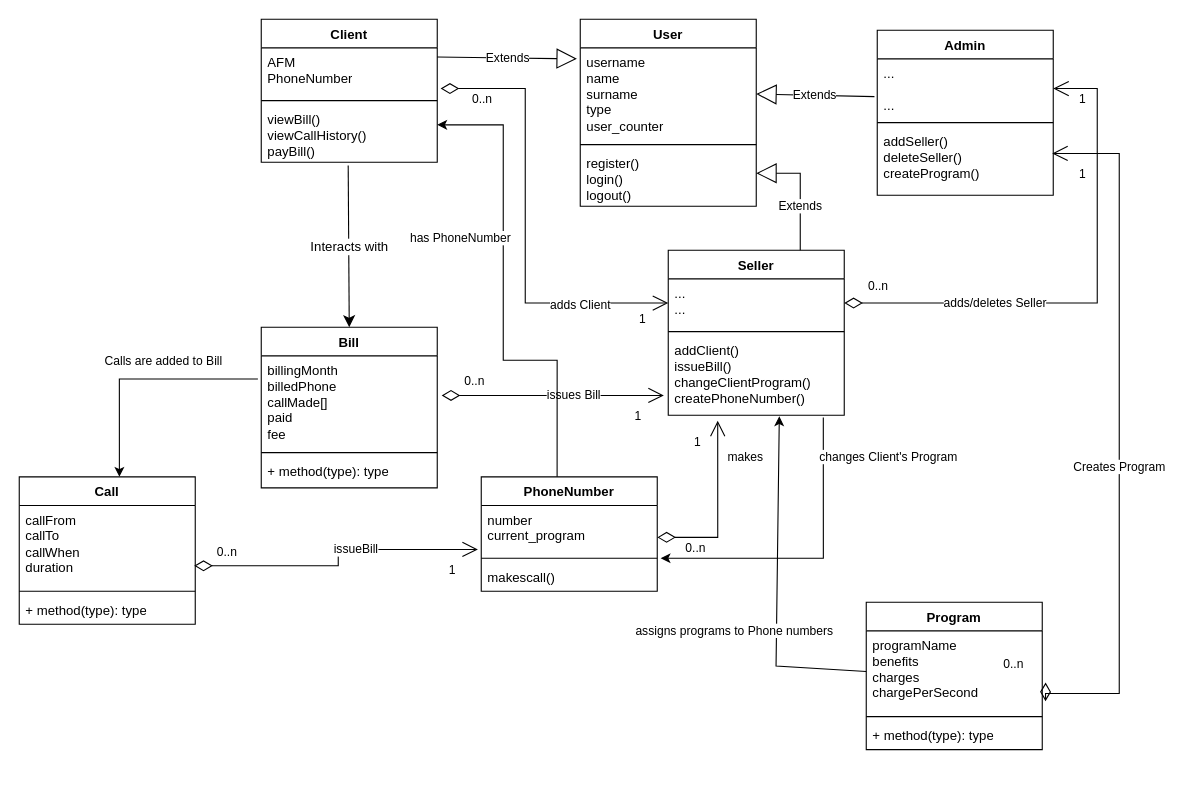
Above: Diagram.drawio in dimitry-lzs/webProgramming (draw.io), before the change. Source tidied: cells renumbered, new cells numbered last; positions are measured from the earlier drawing's top-left corner, leaving out a move shared by most shapes. Both pictures are drawn from the tidied source at 110%, with x=0, y=0 at pixel (19, 19).
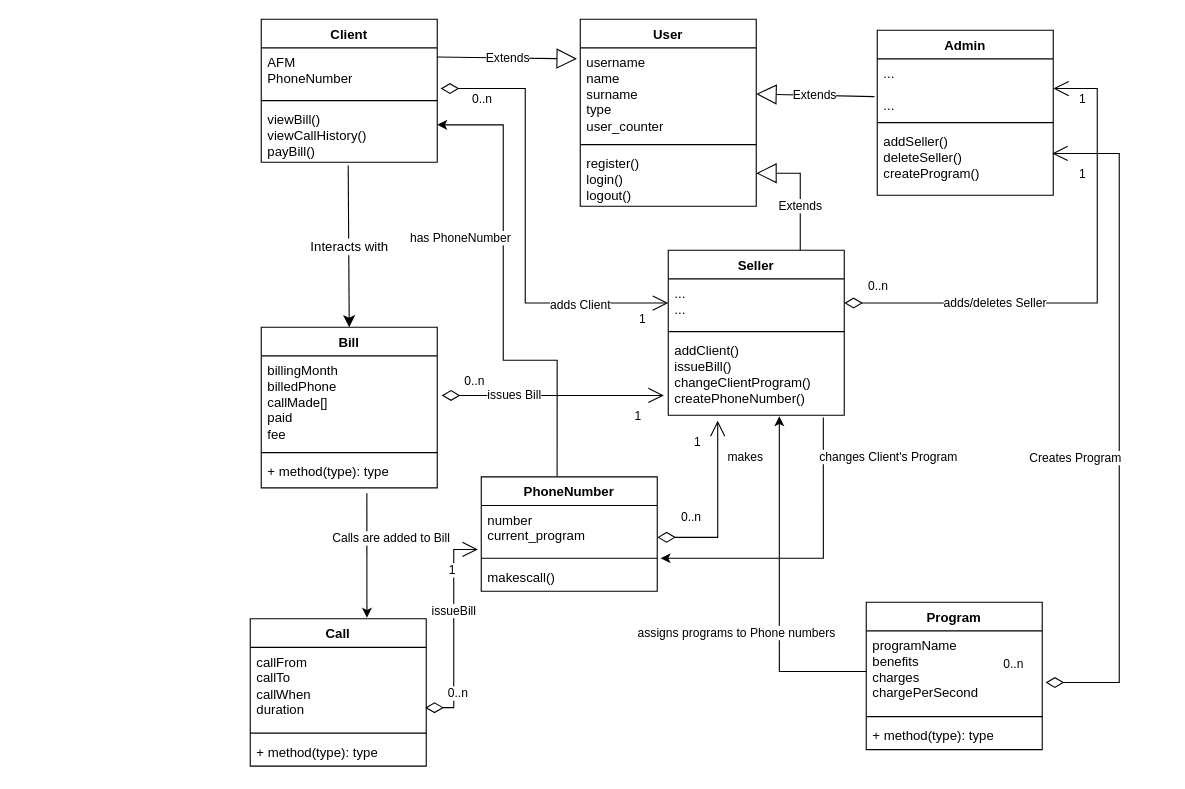
The same page after the edit.

Unchanged cells that the change refers to:
```xml
<mxCell id="9" value="addSeller()&lt;div&gt;deleteSeller()&lt;/div&gt;&lt;div&gt;createProgram()&lt;/div&gt;" style="text;strokeColor=none;fillColor=none;align=left;verticalAlign=top;spacingLeft=4;spacingRight=4;overflow=hidden;points=[[0,0.5],[1,0.5]];portConstraint=eastwest;whiteSpace=wrap;html=1;" parent="6" vertex="1">
  <mxGeometry y="88" width="160" height="62" as="geometry" />
</mxCell>
<mxCell id="17" value="addClient()&lt;div&gt;issueBill()&lt;/div&gt;&lt;div&gt;changeClientProgram()&lt;br&gt;createPhoneNumber()&lt;/div&gt;&lt;div&gt;&lt;br&gt;&lt;/div&gt;" style="text;strokeColor=none;fillColor=none;align=left;verticalAlign=top;spacingLeft=4;spacingRight=4;overflow=hidden;points=[[0,0.5],[1,0.5]];portConstraint=eastwest;whiteSpace=wrap;html=1;" parent="14" vertex="1">
  <mxGeometry y="78" width="160" height="72" as="geometry" />
</mxCell>
<mxCell id="26" value="programName&lt;div&gt;benefits&lt;/div&gt;&lt;div&gt;charges&lt;/div&gt;&lt;div&gt;chargePerSecond&lt;/div&gt;" style="text;strokeColor=none;fillColor=none;align=left;verticalAlign=top;spacingLeft=4;spacingRight=4;overflow=hidden;points=[[0,0.5],[1,0.5]];portConstraint=eastwest;whiteSpace=wrap;html=1;" parent="25" vertex="1">
  <mxGeometry y="26" width="160" height="74" as="geometry" />
</mxCell>
<mxCell id="34" value="billingMonth&lt;div&gt;billedPhone&lt;/div&gt;&lt;div&gt;callMade[]&lt;/div&gt;&lt;div&gt;paid&lt;/div&gt;&lt;div&gt;fee&lt;/div&gt;" style="text;strokeColor=none;fillColor=none;align=left;verticalAlign=top;spacingLeft=4;spacingRight=4;overflow=hidden;points=[[0,0.5],[1,0.5]];portConstraint=eastwest;whiteSpace=wrap;html=1;" parent="33" vertex="1">
  <mxGeometry y="26" width="160" height="84" as="geometry" />
</mxCell>
<mxCell id="36" value="+ method(type): type" style="text;strokeColor=none;fillColor=none;align=left;verticalAlign=top;spacingLeft=4;spacingRight=4;overflow=hidden;points=[[0,0.5],[1,0.5]];portConstraint=eastwest;whiteSpace=wrap;html=1;" parent="33" vertex="1">
  <mxGeometry y="118" width="160" height="28" as="geometry" />
</mxCell>
<mxCell id="43" value="makes" style="endArrow=open;html=1;endSize=12;startArrow=diamondThin;startSize=14;startFill=0;edgeStyle=orthogonalEdgeStyle;rounded=0;exitX=1;exitY=0.659;exitDx=0;exitDy=0;entryX=0.281;entryY=1.069;entryDx=0;entryDy=0;exitPerimeter=0;entryPerimeter=0;" parent="1" edge="1" source="22" target="17">
  <mxGeometry x="0.59" y="-25" relative="1" as="geometry">
    <Array as="points">
      <mxPoint x="635" y="471" />
    </Array>
  </mxGeometry>
</mxCell>
```

Diff of the diagram source:
```diff
@@
     <mxCell id="29" value="Call" style="swimlane;fontStyle=1;align=center;verticalAlign=top;horizontal=1;startSize=26;whiteSpace=wrap;html=1;" parent="1" vertex="1">
-      <mxGeometry y="416" width="160" height="134" as="geometry" />
+      <mxGeometry x="210" y="545" width="160" height="134" as="geometry" />
     </mxCell>
@@
     <mxCell id="44" value="0..n" style="edgeLabel;html=1;align=left;verticalAlign=top;" parent="43" vertex="1">
       <mxGeometry x="-1" relative="1" as="geometry">
-        <mxPoint x="24" y="-3" as="offset" />
+        <mxPoint x="20" y="-31" as="offset" />
       </mxGeometry>
     </mxCell>
@@
     <mxCell id="46" value="issues Bill" style="endArrow=open;html=1;endSize=12;startArrow=diamondThin;startSize=14;startFill=0;edgeStyle=orthogonalEdgeStyle;rounded=0;exitX=1.025;exitY=0.429;exitDx=0;exitDy=0;exitPerimeter=0;entryX=-0.025;entryY=0.75;entryDx=0;entryDy=0;entryPerimeter=0;" parent="1" edge="1" source="34" target="17">
-      <mxGeometry x="0.19" relative="1" as="geometry" />
+      <mxGeometry x="-0.35" relative="1" as="geometry" />
     </mxCell>
@@
     <mxCell id="49" value="Creates Program" style="endArrow=open;html=1;endSize=12;startArrow=diamondThin;startSize=14;startFill=0;edgeStyle=orthogonalEdgeStyle;rounded=0;entryX=0.994;entryY=0.387;entryDx=0;entryDy=0;entryPerimeter=0;exitX=1.019;exitY=0.635;exitDx=0;exitDy=0;exitPerimeter=0;" parent="1" edge="1" source="26" target="9">
-      <mxGeometry x="-0.1" relative="1" as="geometry">
+      <mxGeometry x="-0.11" y="40" relative="1" as="geometry">
         <Array as="points">
-          <mxPoint x="1000" y="613" />
+          <mxPoint x="1000" y="603" />
           <mxPoint x="1000" y="122" />
         </Array>
       </mxGeometry>
     </mxCell>
@@
-    <mxCell id="57" style="endArrow=classic;html=1;rounded=0;entryX=0.569;entryY=0;entryDx=0;entryDy=0;entryPerimeter=0;exitX=-0.019;exitY=0.25;exitDx=0;exitDy=0;exitPerimeter=0;" parent="1" edge="1" source="34" target="29">
-      <mxGeometry relative="1" as="geometry">
-        <Array as="points">
-          <mxPoint x="91" y="327" />
-        </Array>
-      </mxGeometry>
+    <mxCell id="57" style="endArrow=classic;html=1;rounded=0;exitX=0.6;exitY=1.179;exitDx=0;exitDy=0;exitPerimeter=0;entryX=0.663;entryY=-0.007;entryDx=0;entryDy=0;entryPerimeter=0;" parent="1" edge="1" source="36" target="29">
+      <mxGeometry relative="1" as="geometry" />
     </mxCell>
@@
     <mxCell id="61" style="endArrow=classic;html=1;rounded=0;exitX=0;exitY=0.5;exitDx=0;exitDy=0;entryX=0.631;entryY=1.014;entryDx=0;entryDy=0;entryPerimeter=0;" parent="1" edge="1" source="26" target="17">
       <mxGeometry relative="1" as="geometry">
         <Array as="points">
-          <mxPoint x="688" y="588" />
+          <mxPoint x="691" y="593" />
         </Array>
       </mxGeometry>
     </mxCell>
```
